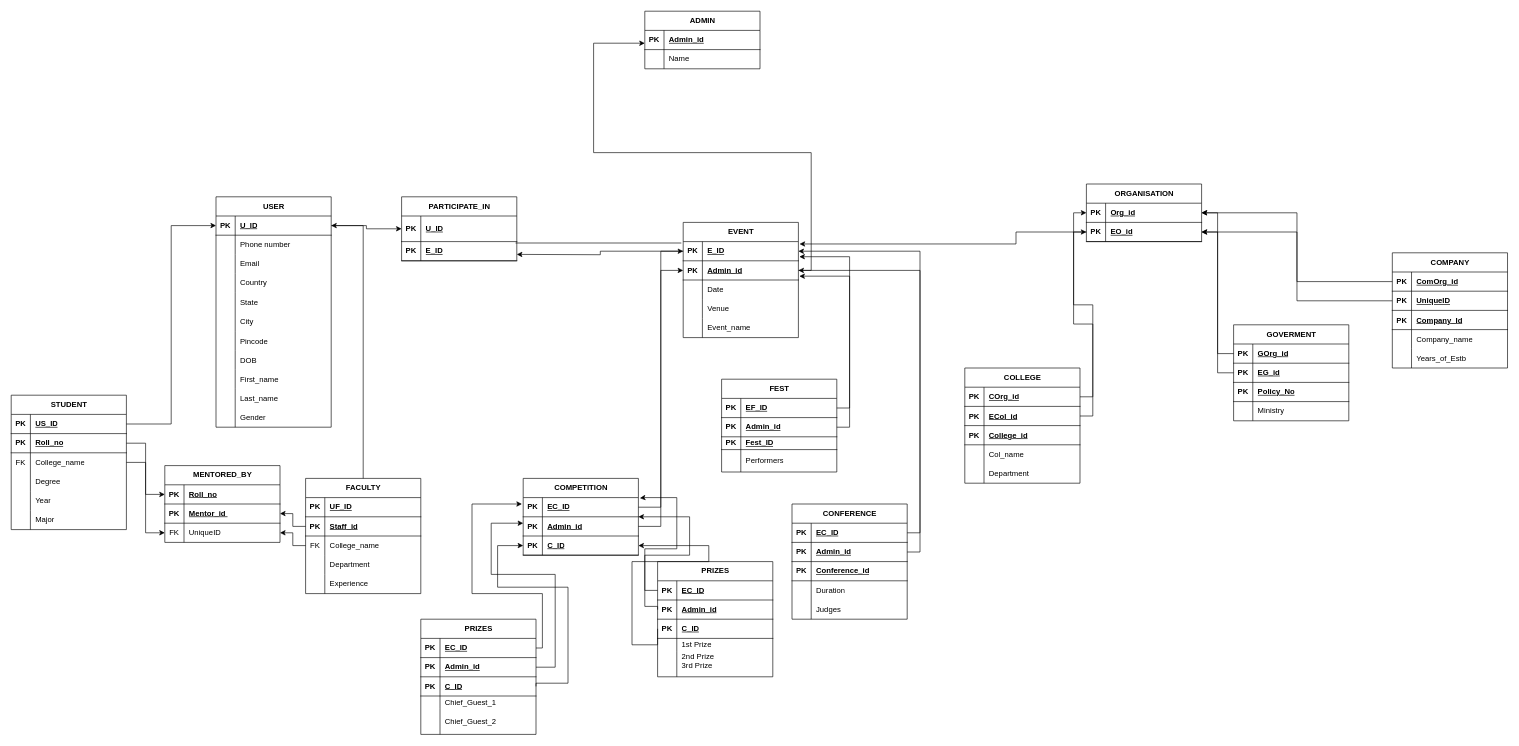
Earlier version of the draw.io diagram relational.drawio (Aaradhy-Sharma/dbms-project-1). Source tidied: cells renumbered, new cells numbered last; positions are measured from the earlier drawing's top-left corner, leaving out a move shared by most shapes. Both pictures are drawn from the tidied source at 64%, with x=0, y=0 at pixel (11, 11).
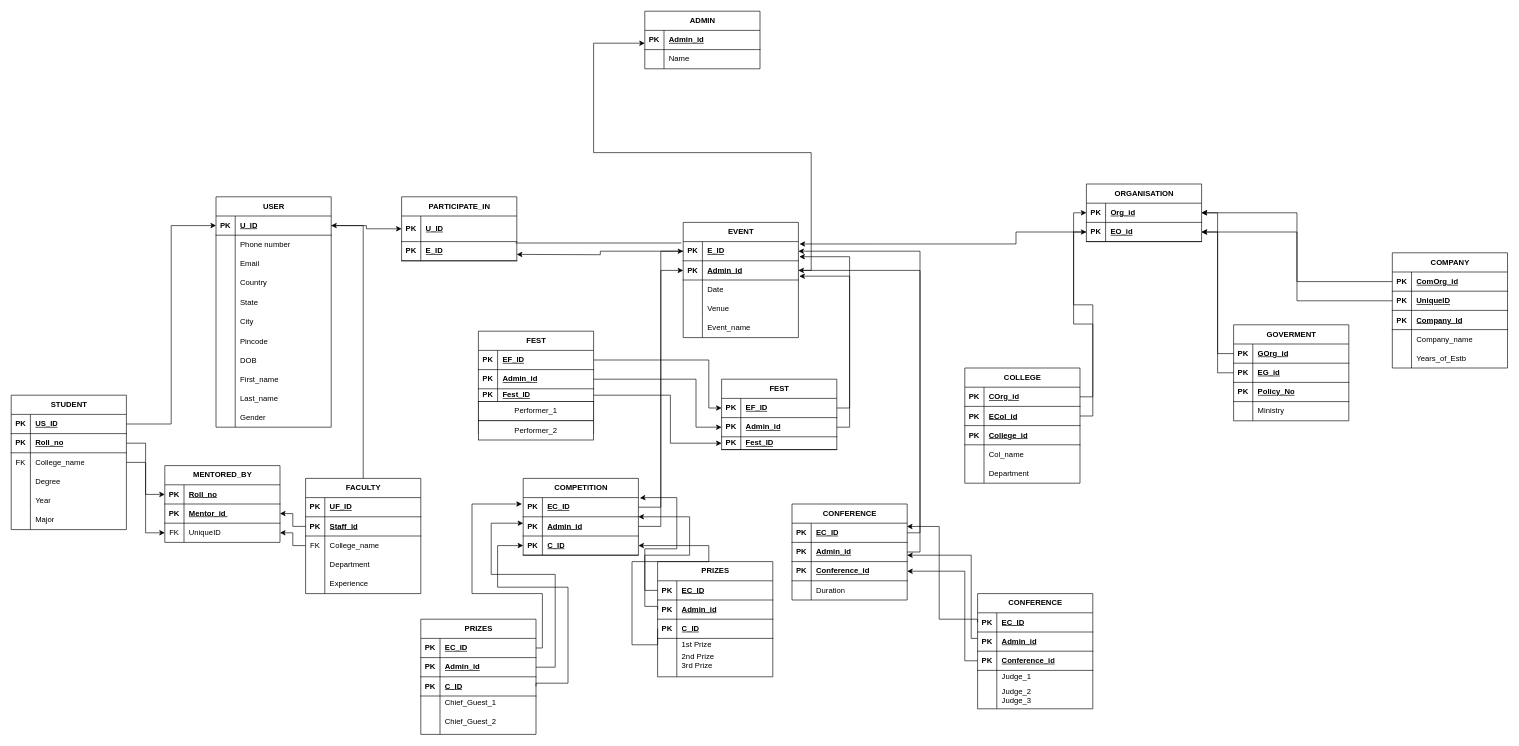
Above is the later version.

The change refers to these unchanged cells:
```xml
<mxCell id="123" style="shape=tableRow;horizontal=0;startSize=0;swimlaneHead=0;swimlaneBody=0;fillColor=none;points=[[0,0.5],[1,0.5]];portConstraint=eastwest;top=0;left=0;right=0;bottom=1;" parent="122" vertex="1">
  <mxGeometry y="30" width="180" height="30" as="geometry" />
</mxCell>
<mxCell id="126" style="shape=tableRow;horizontal=0;startSize=0;swimlaneHead=0;swimlaneBody=0;fillColor=none;points=[[0,0.5],[1,0.5]];portConstraint=eastwest;top=0;left=0;right=0;bottom=1;" parent="122" vertex="1">
  <mxGeometry y="60" width="180" height="30" as="geometry" />
</mxCell>
<mxCell id="129" style="shape=tableRow;horizontal=0;startSize=0;swimlaneHead=0;swimlaneBody=0;fillColor=none;points=[[0,0.5],[1,0.5]];portConstraint=eastwest;top=0;left=0;right=0;bottom=1;" parent="122" vertex="1">
  <mxGeometry y="90" width="180" height="20" as="geometry" />
</mxCell>
<mxCell id="146" style="shape=tableRow;horizontal=0;startSize=0;swimlaneHead=0;swimlaneBody=0;fillColor=none;points=[[0,0.5],[1,0.5]];portConstraint=eastwest;top=0;left=0;right=0;bottom=1;" parent="145" vertex="1">
  <mxGeometry y="30" width="180" height="30" as="geometry" />
</mxCell>
```

What changed in the source:
```diff
@@
     <mxCell id="122" value="FEST" style="shape=table;startSize=30;childLayout=tableLayout;rowLines=0;fontStyle=1;align=center;html=1;" parent="1" vertex="1">
-      <mxGeometry x="1110" y="575" width="180" height="145" as="geometry" />
+      <mxGeometry x="1110" y="575" width="180" height="110" as="geometry" />
     </mxCell>
@@
-    <mxCell id="132" style="shape=tableRow;horizontal=0;startSize=0;swimlaneHead=0;swimlaneBody=0;fillColor=none;top=0;left=0;right=0;bottom=0;" parent="122" vertex="1">
-      <mxGeometry y="110" width="180" height="35" as="geometry" />
-    </mxCell>
-    <mxCell id="133" style="shape=partialRectangle;fillColor=none;top=0;left=0;bottom=0;right=0;overflow=hidden;whiteSpace=wrap;html=1;" parent="132" vertex="1">
-      <mxGeometry width="30" height="35" as="geometry" />
-    </mxCell>
-    <mxCell id="134" value="Performers" style="shape=partialRectangle;fillColor=none;top=0;left=0;bottom=0;right=0;align=left;spacingLeft=6;overflow=hidden;whiteSpace=wrap;html=1;" parent="132" vertex="1">
-      <mxGeometry x="30" width="150" height="35" as="geometry" />
-    </mxCell>
@@
     <mxCell id="145" value="CONFERENCE" style="shape=table;startSize=30;childLayout=tableLayout;rowLines=0;fontStyle=1;align=center;html=1;" parent="1" vertex="1">
-      <mxGeometry x="1220" y="770" width="180" height="180" as="geometry" />
+      <mxGeometry x="1220" y="770" width="180" height="150" as="geometry" />
     </mxCell>
@@
-    <mxCell id="158" style="shape=tableRow;horizontal=0;startSize=0;swimlaneHead=0;swimlaneBody=0;fillColor=none;top=0;left=0;right=0;bottom=0;" parent="145" vertex="1">
-      <mxGeometry y="150" width="180" height="30" as="geometry" />
-    </mxCell>
-    <mxCell id="159" style="shape=partialRectangle;fillColor=none;top=0;left=0;bottom=0;right=0;overflow=hidden;whiteSpace=wrap;html=1;" parent="158" vertex="1">
-      <mxGeometry width="30" height="30" as="geometry" />
-    </mxCell>
-    <mxCell id="160" value="Judges" style="shape=partialRectangle;fillColor=none;top=0;left=0;bottom=0;right=0;align=left;spacingLeft=6;overflow=hidden;whiteSpace=wrap;html=1;" parent="158" vertex="1">
-      <mxGeometry x="30" width="150" height="30" as="geometry" />
-    </mxCell>
@@
+    <mxCell id="264" value="FEST" style="shape=table;startSize=30;childLayout=tableLayout;rowLines=0;fontStyle=1;align=center;html=1;" parent="1" vertex="1">
+      <mxGeometry x="730" y="500" width="180" height="160" as="geometry" />
+    </mxCell>
+    <mxCell id="265" style="shape=tableRow;horizontal=0;startSize=0;swimlaneHead=0;swimlaneBody=0;fillColor=none;points=[[0,0.5],[1,0.5]];portConstraint=eastwest;top=0;left=0;right=0;bottom=1;" parent="264" vertex="1">
+      <mxGeometry y="30" width="180" height="30" as="geometry" />
+    </mxCell>
+    <mxCell id="266" value="PK" style="shape=partialRectangle;fillColor=none;top=0;left=0;bottom=0;right=0;fontStyle=1;overflow=hidden;whiteSpace=wrap;html=1;" parent="265" vertex="1">
+      <mxGeometry width="30" height="30" as="geometry" />
+    </mxCell>
+    <mxCell id="267" value="EF_ID" style="shape=partialRectangle;fillColor=none;top=0;left=0;bottom=0;right=0;align=left;spacingLeft=6;fontStyle=5;overflow=hidden;whiteSpace=wrap;html=1;" parent="265" vertex="1">
+      <mxGeometry x="30" width="150" height="30" as="geometry" />
+    </mxCell>
+    <mxCell id="268" style="shape=tableRow;horizontal=0;startSize=0;swimlaneHead=0;swimlaneBody=0;fillColor=none;points=[[0,0.5],[1,0.5]];portConstraint=eastwest;top=0;left=0;right=0;bottom=1;" parent="264" vertex="1">
+      <mxGeometry y="60" width="180" height="30" as="geometry" />
+    </mxCell>
+    <mxCell id="269" value="PK" style="shape=partialRectangle;fillColor=none;top=0;left=0;bottom=0;right=0;fontStyle=1;overflow=hidden;whiteSpace=wrap;html=1;" parent="268" vertex="1">
+      <mxGeometry width="30" height="30" as="geometry" />
+    </mxCell>
+    <mxCell id="270" value="Admin_id" style="shape=partialRectangle;fillColor=none;top=0;left=0;bottom=0;right=0;align=left;spacingLeft=6;fontStyle=5;overflow=hidden;whiteSpace=wrap;html=1;" parent="268" vertex="1">
+      <mxGeometry x="30" width="150" height="30" as="geometry" />
+    </mxCell>
+    <mxCell id="271" style="shape=tableRow;horizontal=0;startSize=0;swimlaneHead=0;swimlaneBody=0;fillColor=none;points=[[0,0.5],[1,0.5]];portConstraint=eastwest;top=0;left=0;right=0;bottom=1;" parent="264" vertex="1">
+      <mxGeometry y="90" width="180" height="20" as="geometry" />
+    </mxCell>
+    <mxCell id="272" value="PK" style="shape=partialRectangle;fillColor=none;top=0;left=0;bottom=0;right=0;fontStyle=1;overflow=hidden;whiteSpace=wrap;html=1;" parent="271" vertex="1">
+      <mxGeometry width="30" height="20" as="geometry" />
+    </mxCell>
+    <mxCell id="273" value="Fest_ID" style="shape=partialRectangle;fillColor=none;top=0;left=0;bottom=0;right=0;align=left;spacingLeft=6;fontStyle=5;overflow=hidden;whiteSpace=wrap;html=1;" parent="271" vertex="1">
+      <mxGeometry x="30" width="150" height="20" as="geometry" />
+    </mxCell>
+    <mxCell id="274" value="Performer_1" style="whiteSpace=wrap;html=1;" parent="1" vertex="1">
+      <mxGeometry x="730" y="610" width="180" height="30" as="geometry" />
+    </mxCell>
+    <mxCell id="275" value="Performer_2" style="whiteSpace=wrap;html=1;" parent="1" vertex="1">
+      <mxGeometry x="730" y="640" width="180" height="30" as="geometry" />
+    </mxCell>
+    <mxCell id="276" style="edgeStyle=orthogonalEdgeStyle;rounded=0;jettySize=auto;html=1;exitX=1;exitY=0.5;exitDx=0;exitDy=0;entryX=0;entryY=0.5;entryDx=0;entryDy=0;" parent="1" edge="1" source="271" target="129">
+      <mxGeometry relative="1" as="geometry">
+        <Array as="points">
+          <mxPoint x="1030" y="600" />
+          <mxPoint x="1030" y="675" />
+        </Array>
+      </mxGeometry>
+    </mxCell>
+    <mxCell id="277" style="edgeStyle=orthogonalEdgeStyle;rounded=0;jettySize=auto;html=1;exitX=1;exitY=0.5;exitDx=0;exitDy=0;entryX=0;entryY=0.5;entryDx=0;entryDy=0;" parent="1" edge="1" source="268" target="126">
+      <mxGeometry relative="1" as="geometry">
+        <Array as="points">
+          <mxPoint x="1070" y="575" />
+          <mxPoint x="1070" y="650" />
+        </Array>
+      </mxGeometry>
+    </mxCell>
+    <mxCell id="278" style="edgeStyle=orthogonalEdgeStyle;rounded=0;jettySize=auto;html=1;exitX=1;exitY=0.5;exitDx=0;exitDy=0;entryX=0;entryY=0.5;entryDx=0;entryDy=0;" parent="1" edge="1" source="265" target="123">
+      <mxGeometry relative="1" as="geometry">
+        <Array as="points">
+          <mxPoint x="1090" y="545" />
+          <mxPoint x="1090" y="620" />
+        </Array>
+      </mxGeometry>
+    </mxCell>
+    <mxCell id="279" value="CONFERENCE" style="shape=table;startSize=30;childLayout=tableLayout;rowLines=0;fontStyle=1;align=center;html=1;" parent="1" vertex="1">
+      <mxGeometry x="1510" y="910" width="180" height="180" as="geometry" />
+    </mxCell>
+    <mxCell id="280" style="shape=tableRow;horizontal=0;startSize=0;swimlaneHead=0;swimlaneBody=0;fillColor=none;points=[[0,0.5],[1,0.5]];portConstraint=eastwest;top=0;left=0;right=0;bottom=1;" parent="279" vertex="1">
+      <mxGeometry y="30" width="180" height="30" as="geometry" />
+    </mxCell>
+    <mxCell id="281" value="PK" style="shape=partialRectangle;fillColor=none;top=0;left=0;bottom=0;right=0;fontStyle=1;overflow=hidden;whiteSpace=wrap;html=1;" parent="280" vertex="1">
+      <mxGeometry width="30" height="30" as="geometry" />
+    </mxCell>
+    <mxCell id="282" value="EC_ID" style="shape=partialRectangle;fillColor=none;top=0;left=0;bottom=0;right=0;align=left;spacingLeft=6;fontStyle=5;overflow=hidden;whiteSpace=wrap;html=1;" parent="280" vertex="1">
+      <mxGeometry x="30" width="150" height="30" as="geometry" />
+    </mxCell>
+    <mxCell id="283" style="shape=tableRow;horizontal=0;startSize=0;swimlaneHead=0;swimlaneBody=0;fillColor=none;top=0;left=0;right=0;bottom=1;" parent="279" vertex="1">
+      <mxGeometry y="60" width="180" height="30" as="geometry" />
+    </mxCell>
+    <mxCell id="284" value="PK" style="shape=partialRectangle;fillColor=none;top=0;left=0;bottom=0;right=0;fontStyle=1;overflow=hidden;whiteSpace=wrap;html=1;" parent="283" vertex="1">
+      <mxGeometry width="30" height="30" as="geometry" />
+    </mxCell>
+    <mxCell id="285" value="Admin_id" style="shape=partialRectangle;fillColor=none;top=0;left=0;bottom=0;right=0;align=left;spacingLeft=6;fontStyle=5;overflow=hidden;whiteSpace=wrap;html=1;" parent="283" vertex="1">
+      <mxGeometry x="30" width="150" height="30" as="geometry" />
+    </mxCell>
+    <mxCell id="286" style="shape=tableRow;horizontal=0;startSize=0;swimlaneHead=0;swimlaneBody=0;fillColor=none;points=[[0,0.5],[1,0.5]];portConstraint=eastwest;top=0;left=0;right=0;bottom=1;" parent="279" vertex="1">
+      <mxGeometry y="90" width="180" height="30" as="geometry" />
+    </mxCell>
+    <mxCell id="287" value="PK" style="shape=partialRectangle;fillColor=none;top=0;left=0;bottom=0;right=0;fontStyle=1;overflow=hidden;whiteSpace=wrap;html=1;" parent="286" vertex="1">
+      <mxGeometry width="30" height="30" as="geometry" />
+    </mxCell>
+    <mxCell id="288" value="Conference_id" style="shape=partialRectangle;fillColor=none;top=0;left=0;bottom=0;right=0;align=left;spacingLeft=6;fontStyle=5;overflow=hidden;whiteSpace=wrap;html=1;" parent="286" vertex="1">
+      <mxGeometry x="30" width="150" height="30" as="geometry" />
+    </mxCell>
+    <mxCell id="289" style="shape=tableRow;horizontal=0;startSize=0;swimlaneHead=0;swimlaneBody=0;fillColor=none;top=0;left=0;right=0;bottom=0;" parent="279" vertex="1">
+      <mxGeometry y="120" width="180" height="20" as="geometry" />
+    </mxCell>
+    <mxCell id="290" style="shape=partialRectangle;fillColor=none;top=0;left=0;bottom=0;right=0;overflow=hidden;whiteSpace=wrap;html=1;" parent="289" vertex="1">
+      <mxGeometry width="30" height="20" as="geometry" />
+    </mxCell>
+    <mxCell id="291" value="Judge_1" style="shape=partialRectangle;fillColor=none;top=0;left=0;bottom=0;right=0;align=left;spacingLeft=6;overflow=hidden;whiteSpace=wrap;html=1;" parent="289" vertex="1">
+      <mxGeometry x="30" width="150" height="20" as="geometry" />
+    </mxCell>
+    <mxCell id="292" style="shape=tableRow;horizontal=0;startSize=0;swimlaneHead=0;swimlaneBody=0;fillColor=none;top=0;left=0;right=0;bottom=0;" parent="279" vertex="1">
+      <mxGeometry y="140" width="180" height="40" as="geometry" />
+    </mxCell>
+    <mxCell id="293" style="shape=partialRectangle;fillColor=none;top=0;left=0;bottom=0;right=0;overflow=hidden;whiteSpace=wrap;html=1;" parent="292" vertex="1">
+      <mxGeometry width="30" height="40" as="geometry" />
+    </mxCell>
+    <mxCell id="294" value="Judge_2&lt;div&gt;Judge_3&lt;/div&gt;" style="shape=partialRectangle;fillColor=none;top=0;left=0;bottom=0;right=0;align=left;spacingLeft=6;overflow=hidden;whiteSpace=wrap;html=1;" parent="292" vertex="1">
+      <mxGeometry x="30" width="150" height="40" as="geometry" />
+    </mxCell>
+    <mxCell id="295" style="edgeStyle=orthogonalEdgeStyle;rounded=0;jettySize=auto;html=1;exitX=0;exitY=0.5;exitDx=0;exitDy=0;" parent="1" edge="1" source="286">
+      <mxGeometry relative="1" as="geometry">
+        <mxPoint x="1400" y="875" as="targetPoint" />
+        <Array as="points">
+          <mxPoint x="1490" y="1015" />
+          <mxPoint x="1490" y="875" />
+        </Array>
+      </mxGeometry>
+    </mxCell>
+    <mxCell id="296" style="edgeStyle=orthogonalEdgeStyle;rounded=0;orthogonalLoop=1;jettySize=auto;html=1;" parent="1" edge="1">
+      <mxGeometry relative="1" as="geometry">
+        <mxPoint x="1510" y="980" as="sourcePoint" />
+        <mxPoint x="1400" y="850" as="targetPoint" />
+        <Array as="points">
+          <mxPoint x="1500" y="980" />
+          <mxPoint x="1500" y="850" />
+        </Array>
+      </mxGeometry>
+    </mxCell>
+    <mxCell id="297" style="edgeStyle=orthogonalEdgeStyle;rounded=0;jettySize=auto;html=1;exitX=0;exitY=0.5;exitDx=0;exitDy=0;entryX=0.998;entryY=0.171;entryDx=0;entryDy=0;entryPerimeter=0;" parent="1" edge="1" source="280" target="146">
+      <mxGeometry relative="1" as="geometry">
+        <Array as="points">
+          <mxPoint x="1510" y="950" />
+          <mxPoint x="1450" y="950" />
+          <mxPoint x="1450" y="805" />
+        </Array>
+      </mxGeometry>
+    </mxCell>
```
